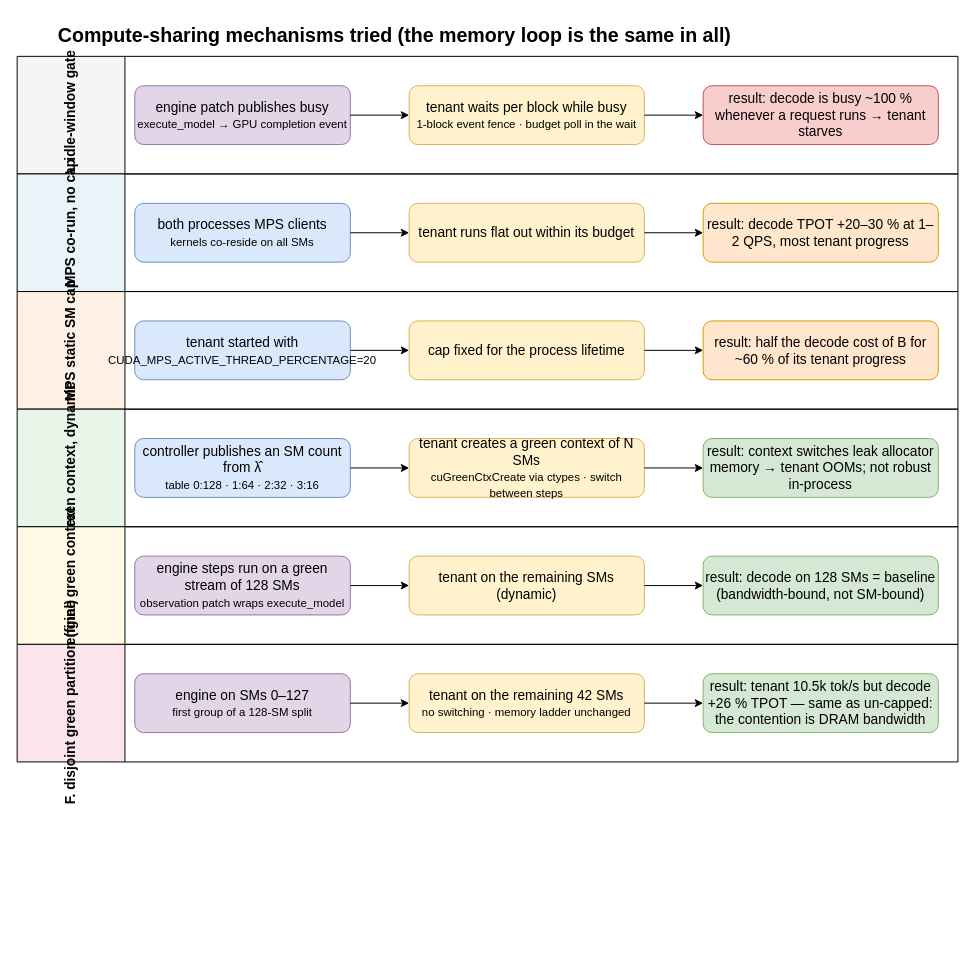
The draw.io diagram coloc_adjust/diagrams/04_compute_sharing.drawio in 852866031/cuda-schedule-project, before the edit. Source tidied: cells renumbered, new cells numbered last; positions are measured from the earlier drawing's top-left corner, leaving out a move shared by most shapes. Both pictures are drawn from the tidied source at 98%, with x=0, y=0 at pixel (17, 17).
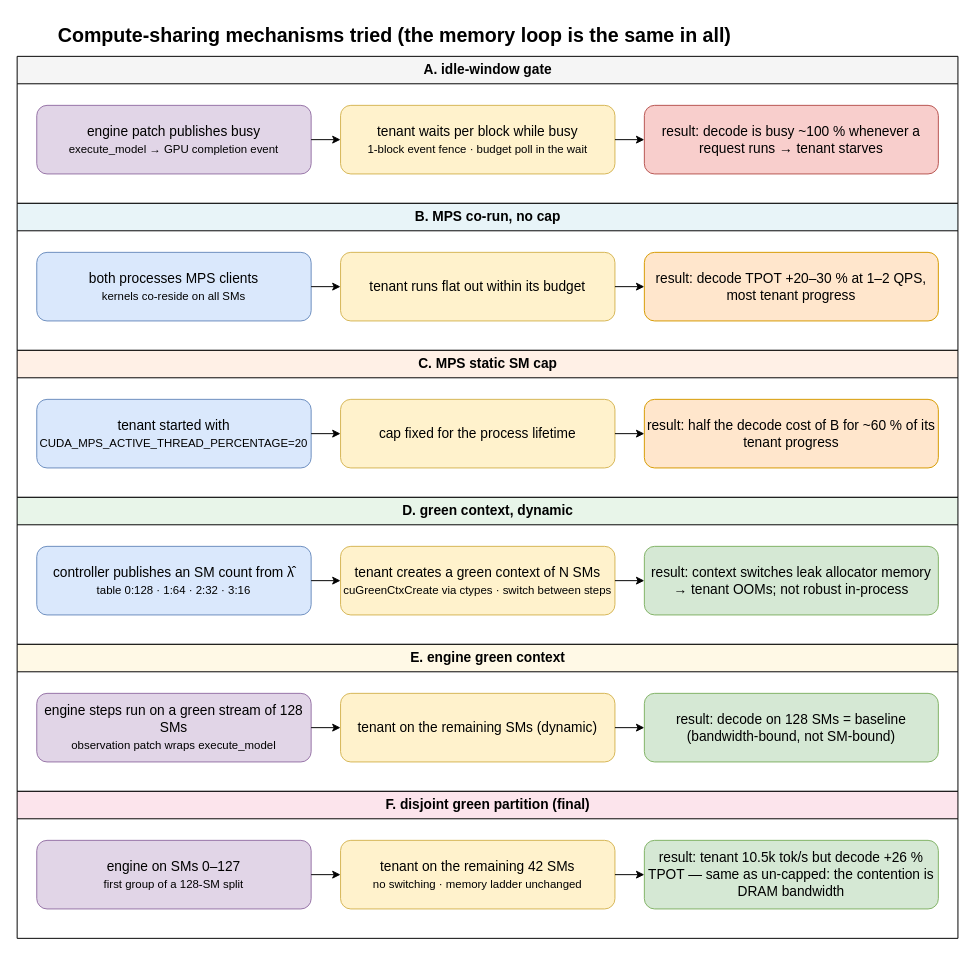
After the change.

What changed in the source:
```diff
@@
-    <mxCell id="3" value="A. idle-window gate" style="swimlane;horizontal=0;startSize=110;fillColor=#f5f5f5;html=1;fontSize=14;" parent="1" vertex="1">
-      <mxGeometry y="40" width="960" height="120" as="geometry" />
+    <mxCell id="3" value="A. idle-window gate" style="swimlane;horizontal=1;startSize=28;fontStyle=1;fillColor=#f5f5f5;html=1;fontSize=14;" parent="1" vertex="1">
+      <mxGeometry y="40" width="960" height="150" as="geometry" />
     </mxCell>
     <mxCell id="4" value="engine patch publishes busy&lt;br&gt;&lt;small&gt;execute_model → GPU completion event&lt;/small&gt;" style="rounded=1;whiteSpace=wrap;html=1;fontSize=14;fillColor=#e1d5e7;strokeColor=#9673a6;" parent="3" vertex="1">
-      <mxGeometry x="120" y="30" width="220" height="60" as="geometry" />
+      <mxGeometry x="20" y="50" width="280" height="70" as="geometry" />
     </mxCell>
     <mxCell id="5" value="tenant waits per block while busy&lt;br&gt;&lt;small&gt;1-block event fence · budget poll in the wait&lt;/small&gt;" style="rounded=1;whiteSpace=wrap;html=1;fontSize=14;fillColor=#fff2cc;strokeColor=#d6b656;" parent="3" vertex="1">
-      <mxGeometry x="400" y="30" width="240" height="60" as="geometry" />
+      <mxGeometry x="330" y="50" width="280" height="70" as="geometry" />
     </mxCell>
     <mxCell id="6" value="result: decode is busy ~100 % whenever a request runs → tenant starves" style="rounded=1;whiteSpace=wrap;html=1;fontSize=14;fillColor=#f8cecc;strokeColor=#b85450;" parent="3" vertex="1">
-      <mxGeometry x="700" y="30" width="240" height="60" as="geometry" />
+      <mxGeometry x="640" y="50" width="300" height="70" as="geometry" />
     </mxCell>
-    <mxCell id="7" value="B. MPS co-run, no cap" style="swimlane;horizontal=0;startSize=110;fillColor=#e8f4f8;html=1;fontSize=14;" parent="1" vertex="1">
-      <mxGeometry y="160" width="960" height="120" as="geometry" />
+    <mxCell id="7" value="B. MPS co-run, no cap" style="swimlane;horizontal=1;startSize=28;fontStyle=1;fillColor=#e8f4f8;html=1;fontSize=14;" parent="1" vertex="1">
+      <mxGeometry y="190" width="960" height="150" as="geometry" />
     </mxCell>
     <mxCell id="8" value="both processes MPS clients&lt;br&gt;&lt;small&gt;kernels co-reside on all SMs&lt;/small&gt;" style="rounded=1;whiteSpace=wrap;html=1;fontSize=14;fillColor=#dae8fc;strokeColor=#6c8ebf;" parent="7" vertex="1">
-      <mxGeometry x="120" y="30" width="220" height="60" as="geometry" />
+      <mxGeometry x="20" y="50" width="280" height="70" as="geometry" />
     </mxCell>
     <mxCell id="9" value="tenant runs flat out within its budget" style="rounded=1;whiteSpace=wrap;html=1;fontSize=14;fillColor=#fff2cc;strokeColor=#d6b656;" parent="7" vertex="1">
-      <mxGeometry x="400" y="30" width="240" height="60" as="geometry" />
+      <mxGeometry x="330" y="50" width="280" height="70" as="geometry" />
     </mxCell>
     <mxCell id="10" value="result: decode TPOT +20–30 % at 1–2 QPS, most tenant progress" style="rounded=1;whiteSpace=wrap;html=1;fontSize=14;fillColor=#ffe6cc;strokeColor=#d79b00;" parent="7" vertex="1">
-      <mxGeometry x="700" y="30" width="240" height="60" as="geometry" />
+      <mxGeometry x="640" y="50" width="300" height="70" as="geometry" />
     </mxCell>
-    <mxCell id="11" value="C. MPS static SM cap" style="swimlane;horizontal=0;startSize=110;fillColor=#fff0e6;html=1;fontSize=14;" parent="1" vertex="1">
-      <mxGeometry y="280" width="960" height="120" as="geometry" />
+    <mxCell id="11" value="C. MPS static SM cap" style="swimlane;horizontal=1;startSize=28;fontStyle=1;fillColor=#fff0e6;html=1;fontSize=14;" parent="1" vertex="1">
+      <mxGeometry y="340" width="960" height="150" as="geometry" />
     </mxCell>
     <mxCell id="12" value="tenant started with&lt;br&gt;&lt;small&gt;CUDA_MPS_ACTIVE_THREAD_PERCENTAGE=20&lt;/small&gt;" style="rounded=1;whiteSpace=wrap;html=1;fontSize=14;fillColor=#dae8fc;strokeColor=#6c8ebf;" parent="11" vertex="1">
-      <mxGeometry x="120" y="30" width="220" height="60" as="geometry" />
+      <mxGeometry x="20" y="50" width="280" height="70" as="geometry" />
     </mxCell>
     <mxCell id="13" value="cap fixed for the process lifetime" style="rounded=1;whiteSpace=wrap;html=1;fontSize=14;fillColor=#fff2cc;strokeColor=#d6b656;" parent="11" vertex="1">
-      <mxGeometry x="400" y="30" width="240" height="60" as="geometry" />
+      <mxGeometry x="330" y="50" width="280" height="70" as="geometry" />
     </mxCell>
     <mxCell id="14" value="result: half the decode cost of B for ~60 % of its tenant progress" style="rounded=1;whiteSpace=wrap;html=1;fontSize=14;fillColor=#ffe6cc;strokeColor=#d79b00;" parent="11" vertex="1">
-      <mxGeometry x="700" y="30" width="240" height="60" as="geometry" />
+      <mxGeometry x="640" y="50" width="300" height="70" as="geometry" />
     </mxCell>
-    <mxCell id="15" value="D. green context, dynamic" style="swimlane;horizontal=0;startSize=110;fillColor=#e8f5e9;html=1;fontSize=14;" parent="1" vertex="1">
-      <mxGeometry y="400" width="960" height="120" as="geometry" />
+    <mxCell id="15" value="D. green context, dynamic" style="swimlane;horizontal=1;startSize=28;fontStyle=1;fillColor=#e8f5e9;html=1;fontSize=14;" parent="1" vertex="1">
+      <mxGeometry y="490" width="960" height="150" as="geometry" />
     </mxCell>
     <mxCell id="16" value="controller publishes an SM count from λ̂&lt;br&gt;&lt;small&gt;table 0:128 · 1:64 · 2:32 · 3:16&lt;/small&gt;" style="rounded=1;whiteSpace=wrap;html=1;fontSize=14;fillColor=#dae8fc;strokeColor=#6c8ebf;" parent="15" vertex="1">
-      <mxGeometry x="120" y="30" width="220" height="60" as="geometry" />
+      <mxGeometry x="20" y="50" width="280" height="70" as="geometry" />
     </mxCell>
     <mxCell id="17" value="tenant creates a green context of N SMs&lt;br&gt;&lt;small&gt;cuGreenCtxCreate via ctypes · switch between steps&lt;/small&gt;" style="rounded=1;whiteSpace=wrap;html=1;fontSize=14;fillColor=#fff2cc;strokeColor=#d6b656;" parent="15" vertex="1">
-      <mxGeometry x="400" y="30" width="240" height="60" as="geometry" />
+      <mxGeometry x="330" y="50" width="280" height="70" as="geometry" />
     </mxCell>
     <mxCell id="18" value="result: context switches leak allocator memory → tenant OOMs; not robust in-process" style="rounded=1;whiteSpace=wrap;html=1;fontSize=14;fillColor=#d5e8d4;strokeColor=#82b366;" parent="15" vertex="1">
-      <mxGeometry x="700" y="30" width="240" height="60" as="geometry" />
+      <mxGeometry x="640" y="50" width="300" height="70" as="geometry" />
     </mxCell>
-    <mxCell id="19" value="E. engine green context" style="swimlane;horizontal=0;startSize=110;fillColor=#fff9e6;html=1;fontSize=14;" parent="1" vertex="1">
-      <mxGeometry y="520" width="960" height="120" as="geometry" />
+    <mxCell id="19" value="E. engine green context" style="swimlane;horizontal=1;startSize=28;fontStyle=1;fillColor=#fff9e6;html=1;fontSize=14;" parent="1" vertex="1">
+      <mxGeometry y="640" width="960" height="150" as="geometry" />
     </mxCell>
     <mxCell id="20" value="engine steps run on a green stream of 128 SMs&lt;br&gt;&lt;small&gt;observation patch wraps execute_model&lt;/small&gt;" style="rounded=1;whiteSpace=wrap;html=1;fontSize=14;fillColor=#e1d5e7;strokeColor=#9673a6;" parent="19" vertex="1">
-      <mxGeometry x="120" y="30" width="220" height="60" as="geometry" />
+      <mxGeometry x="20" y="50" width="280" height="70" as="geometry" />
     </mxCell>
     <mxCell id="21" value="tenant on the remaining SMs (dynamic)" style="rounded=1;whiteSpace=wrap;html=1;fontSize=14;fillColor=#fff2cc;strokeColor=#d6b656;" parent="19" vertex="1">
-      <mxGeometry x="400" y="30" width="240" height="60" as="geometry" />
+      <mxGeometry x="330" y="50" width="280" height="70" as="geometry" />
     </mxCell>
     <mxCell id="22" value="result: decode on 128 SMs = baseline (bandwidth-bound, not SM-bound)" style="rounded=1;whiteSpace=wrap;html=1;fontSize=14;fillColor=#d5e8d4;strokeColor=#82b366;" parent="19" vertex="1">
-      <mxGeometry x="700" y="30" width="240" height="60" as="geometry" />
+      <mxGeometry x="640" y="50" width="300" height="70" as="geometry" />
     </mxCell>
@@
-    <mxCell id="33" value="F. disjoint green partition (final)" style="swimlane;horizontal=0;startSize=110;fillColor=#fce4ec;html=1;fontSize=14;" parent="1" vertex="1">
-      <mxGeometry y="640" width="960" height="120" as="geometry" />
+    <mxCell id="33" value="F. disjoint green partition (final)" style="swimlane;horizontal=1;startSize=28;fontStyle=1;fillColor=#fce4ec;html=1;fontSize=14;" parent="1" vertex="1">
+      <mxGeometry y="790" width="960" height="150" as="geometry" />
     </mxCell>
     <mxCell id="34" value="engine on SMs 0–127&lt;br&gt;&lt;small&gt;first group of a 128-SM split&lt;/small&gt;" style="rounded=1;whiteSpace=wrap;html=1;fontSize=14;fillColor=#e1d5e7;strokeColor=#9673a6;" parent="33" vertex="1">
-      <mxGeometry x="120" y="30" width="220" height="60" as="geometry" />
+      <mxGeometry x="20" y="50" width="280" height="70" as="geometry" />
     </mxCell>
     <mxCell id="35" value="tenant on the remaining 42 SMs&lt;br&gt;&lt;small&gt;no switching · memory ladder unchanged&lt;/small&gt;" style="rounded=1;whiteSpace=wrap;html=1;fontSize=14;fillColor=#fff2cc;strokeColor=#d6b656;" parent="33" vertex="1">
-      <mxGeometry x="400" y="30" width="240" height="60" as="geometry" />
+      <mxGeometry x="330" y="50" width="280" height="70" as="geometry" />
     </mxCell>
     <mxCell id="36" value="result: tenant 10.5k tok/s but decode +26 % TPOT — same as un-capped: the contention is DRAM bandwidth" style="rounded=1;whiteSpace=wrap;html=1;fontSize=14;fillColor=#d5e8d4;strokeColor=#82b366;" parent="33" vertex="1">
-      <mxGeometry x="700" y="30" width="240" height="60" as="geometry" />
+      <mxGeometry x="640" y="50" width="300" height="70" as="geometry" />
     </mxCell>
```
